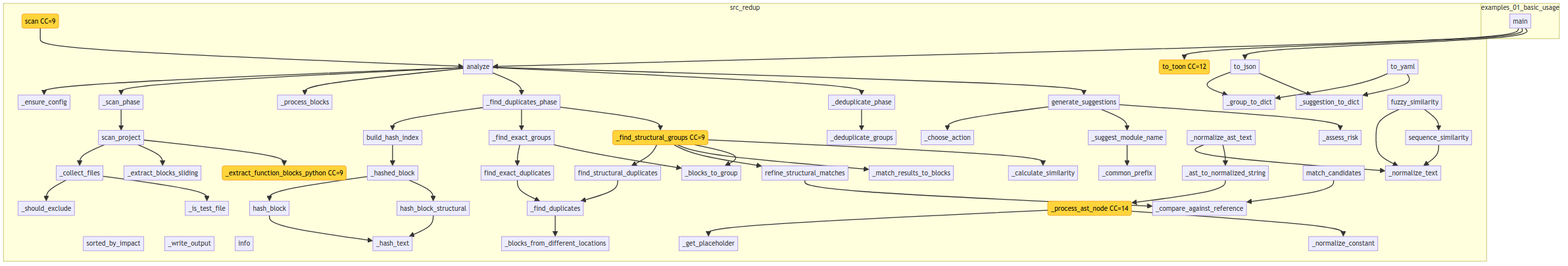
semcod/redup keeps this Mermaid diagram as project/flow.png. Above is the earlier version. Its source is kept beside it as project/flow.mmd.
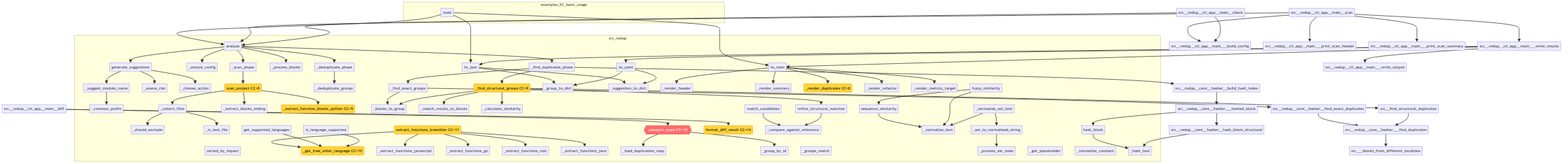
Later version of the same file.

The edit, as a diff of the source:
```diff
@@ -13,7 +13,7 @@
         src__redup__core__scanner___is_test_file["_is_test_file"]
         src__redup__core__scanner___extract_blocks_sliding["_extract_blocks_sliding"]
         src___extract_function_blocks_python("_extract_function_blocks_python CC=9")
-        src__redup__core__scanner__scan_project["scan_project"]
+        src__redup__core__scanner__scan_project("scan_project CC=8")
         src__sorted_by_impact["sorted_by_impact"]
         src__redup__core__pipeline___blocks_to_group["_blocks_to_group"]
         src__redup__core__pipeline___deduplicate_groups["_deduplicate_groups"]
@@ -27,34 +27,42 @@
         src__redup__core__pipeline___deduplicate_phase["_deduplicate_phase"]
         src___match_results_to_blocks["_match_results_to_blocks"]
         src__redup__core__pipeline___calculate_similarity["_calculate_similarity"]
+        src___get_tree_sitter_language("_get_tree_sitter_language CC=10")
+        src___extract_functions_javascript["_extract_functions_javascript"]
+        src___extract_functions_go["_extract_functions_go"]
+        src___extract_functions_rust["_extract_functions_rust"]
+        src___extract_functions_java["_extract_functions_java"]
+        src__extract_functions_treesitter("extract_functions_treesitter CC=11")
+        src__get_supported_languages["get_supported_languages"]
+        src__is_language_supported["is_language_supported"]
         src___group_to_dict["_group_to_dict"]
         src___suggestion_to_dict["_suggestion_to_dict"]
         src__redup__reporters__json_reporter__to_json["to_json"]
-        src__redup__reporters__toon_reporter__to_toon("to_toon CC=12")
+        src___render_header["_render_header"]
+        src___render_summary["_render_summary"]
+        src___render_duplicates("_render_duplicates CC=8")
+        src___render_refactor["_render_refactor"]
+        src___render_metrics_target["_render_metrics_target"]
+        src__redup__reporters__toon_reporter__to_toon["to_toon"]
         src__redup__reporters__yaml_reporter__to_yaml["to_yaml"]
-        src__redup__cli_app__main___write_output["_write_output"]
-        src__redup__cli_app__main__scan("scan CC=9")
-        src__redup__cli_app__main__info["info"]
-        src__redup__core__hasher___normalize_text["_normalize_text"]
-        src__redup__core__hasher___normalize_ast_text["_normalize_ast_text"]
-        src___ast_to_normalized_string["_ast_to_normalized_string"]
-        src__redup__core__hasher___process_ast_node("_process_ast_node CC=14")
-        src__redup__core__hasher___get_placeholder["_get_placeholder"]
-        src__redup__core__hasher___normalize_constant["_normalize_constant"]
-        src__redup__core__hasher___hash_text["_hash_text"]
-        src__redup__core__hasher__hash_block["hash_block"]
-        src__redup__core__hasher__hash_block_structural["hash_block_structural"]
-        src__redup__core__hasher___hashed_block["_hashed_block"]
-        src__redup__core__hasher__build_hash_index["build_hash_index"]
-        src__redup__core__hasher___find_duplicates["_find_duplicates"]
-        src__redup__core__hasher__find_exact_duplicates["find_exact_duplicates"]
-        src__find_structural_duplicates["find_structural_duplicates"]
-        src___blocks_from_different_locations["_blocks_from_different_locations"]
+        src__redup__core__differ___load_duplication_map["_load_duplication_map"]
+        src__redup__core__differ___group_by_id["_group_by_id"]
+        src__redup__core__differ___groups_match["_groups_match"]
+        src__redup__core__differ__compare_scans{{compare_scans CC=18}}
+        src__redup__core__differ__format_diff_result("format_diff_result CC=14")
         src__redup__core__matcher__sequence_similarity["sequence_similarity"]
         src__redup__core__matcher__fuzzy_similarity["fuzzy_similarity"]
         src___compare_against_reference["_compare_against_reference"]
         src__redup__core__matcher__match_candidates["match_candidates"]
         src__refine_structural_matches["refine_structural_matches"]
+        src__redup__core__hasher___normalize_text["_normalize_text"]
+        src__redup__core__hasher___normalize_ast_text["_normalize_ast_text"]
+        src___ast_to_normalized_string["_ast_to_normalized_string"]
+        src__redup__core__hasher___process_ast_node["_process_ast_node"]
+        src__redup__core__hasher___get_placeholder["_get_placeholder"]
+        src__redup__core__hasher___normalize_constant["_normalize_constant"]
+        src__redup__core__hasher___hash_text["_hash_text"]
+        src__redup__core__hasher__hash_block["hash_block"]
     end
     examples__01_basic_usage__main --> src__redup__core__pipeline__analyze
     examples__01_basic_usage__main --> src__redup__reporters__toon_reporter__to_toon
@@ -86,16 +94,32 @@
     src___find_structural_groups --> src__redup__core__pipeline___blocks_to_group
     src___find_structural_groups --> src__redup__core__pipeline___calculate_similarity
     src__redup__core__pipeline___deduplicate_phase --> src__redup__core__pipeline___deduplicate_groups
+    src__extract_functions_treesitter --> src___get_tree_sitter_language
+    src__extract_functions_treesitter --> src___extract_functions_javascript
+    src__extract_functions_treesitter --> src___extract_functions_go
+    src__extract_functions_treesitter --> src___extract_functions_rust
+    src__extract_functions_treesitter --> src___extract_functions_java
+    src__get_supported_languages --> src___get_tree_sitter_language
+    src__is_language_supported --> src___get_tree_sitter_language
     src__redup__reporters__json_reporter__to_json --> src___group_to_dict
     src__redup__reporters__json_reporter__to_json --> src___suggestion_to_dict
+    src__redup__reporters__toon_reporter__to_toon --> src___render_header
+    src__redup__reporters__toon_reporter__to_toon --> src___render_summary
+    src__redup__reporters__toon_reporter__to_toon --> src___render_duplicates
+    src__redup__reporters__toon_reporter__to_toon --> src___render_refactor
+    src__redup__reporters__toon_reporter__to_toon --> src___render_metrics_target
     src__redup__reporters__yaml_reporter__to_yaml --> src___group_to_dict
     src__redup__reporters__yaml_reporter__to_yaml --> src___suggestion_to_dict
-    src__redup__cli_app__main__scan --> src__redup__core__pipeline__analyze
+    src__redup__core__differ__compare_scans --> src__redup__core__differ___load_duplication_map
+    src__redup__core__differ__compare_scans --> src__redup__core__differ___group_by_id
+    src__redup__core__matcher__sequence_similarity --> src__redup__core__hasher___normalize_text
+    src__redup__core__matcher__fuzzy_similarity --> src__redup__core__hasher___normalize_text
+    src__redup__core__matcher__fuzzy_similarity --> src__redup__core__matcher__sequence_similarity
+    src__redup__core__matcher__match_candidates --> src___compare_against_reference
+    src__refine_structural_matches --> src___compare_against_reference
     src__redup__core__hasher___normalize_ast_text --> src__redup__core__hasher___normalize_text
     src__redup__core__hasher___normalize_ast_text --> src___ast_to_normalized_string
     src___ast_to_normalized_string --> src__redup__core__hasher___process_ast_node
-    src__redup__core__hasher___process_ast_node --> src__redup__core__hasher___get_placeholder
-    src__redup__core__hasher___process_ast_node --> src__redup__core__hasher___normalize_constant
     src__redup__core__hasher__hash_block --> src__redup__core__hasher___hash_text
     src__redup__core__hasher__hash_block_structural --> src__redup__core__hasher___hash_text
     src__redup__core__hasher___hashed_block --> src__redup__core__hasher__hash_block
@@ -104,12 +128,21 @@
     src__redup__core__hasher___find_duplicates --> src___blocks_from_different_locations
     src__redup__core__hasher__find_exact_duplicates --> src__redup__core__hasher___find_duplicates
     src__find_structural_duplicates --> src__redup__core__hasher___find_duplicates
-    src__redup__core__matcher__sequence_similarity --> src__redup__core__hasher___normalize_text
-    src__redup__core__matcher__fuzzy_similarity --> src__redup__core__hasher___normalize_text
-    src__redup__core__matcher__fuzzy_similarity --> src__redup__core__matcher__sequence_similarity
-    src__redup__core__matcher__match_candidates --> src___compare_against_reference
-    src__refine_structural_matches --> src___compare_against_reference
+    src__redup__cli_app__main___write_results --> src__redup__cli_app__main___write_output
+    src__redup__cli_app__main___write_results --> src__redup__reporters__json_reporter__to_json
+    src__redup__cli_app__main___write_results --> src__redup__reporters__yaml_reporter__to_yaml
+    src__redup__cli_app__main___write_results --> src__redup__reporters__toon_reporter__to_toon
+    src__redup__cli_app__main__scan --> src__redup__cli_app__main___build_config
+    src__redup__cli_app__main__scan --> src__redup__cli_app__main___print_scan_header
+    src__redup__cli_app__main__scan --> src__redup__core__pipeline__analyze
+    src__redup__cli_app__main__scan --> src__redup__cli_app__main___print_scan_summary
+    src__redup__cli_app__main__scan --> src__redup__cli_app__main___write_results
+    src__redup__cli_app__main__diff --> src__redup__core__differ__compare_scans
+    src__redup__cli_app__main__diff --> src__redup__core__differ__format_diff_result
+    src__redup__cli_app__main__check --> src__redup__cli_app__main___build_config
+    src__redup__cli_app__main__check --> src__redup__core__pipeline__analyze
 
     classDef highCC fill:#ff6b6b,stroke:#c92a2a,color:#fff
     classDef medCC fill:#ffd43b,stroke:#f08c00,color:#000
-    class src___extract_function_blocks_python,src___find_structural_groups,src__redup__reporters__toon_reporter__to_toon,src__redup__cli_app__main__scan,src__redup__core__hasher___process_ast_node medCC
+    class src__redup__core__differ__compare_scans highCC
+    class src___extract_function_blocks_python,src__redup__core__scanner__scan_project,src___find_structural_groups,src___get_tree_sitter_language,src__extract_functions_treesitter,src___render_duplicates,src__redup__core__differ__format_diff_result medCC
```
